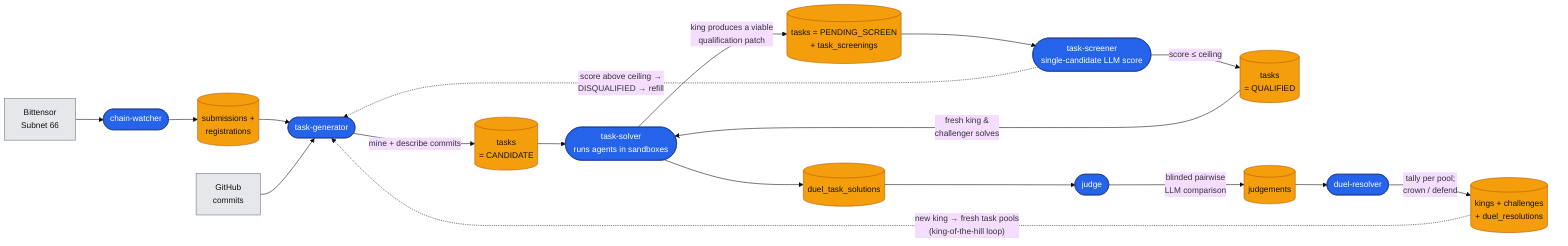
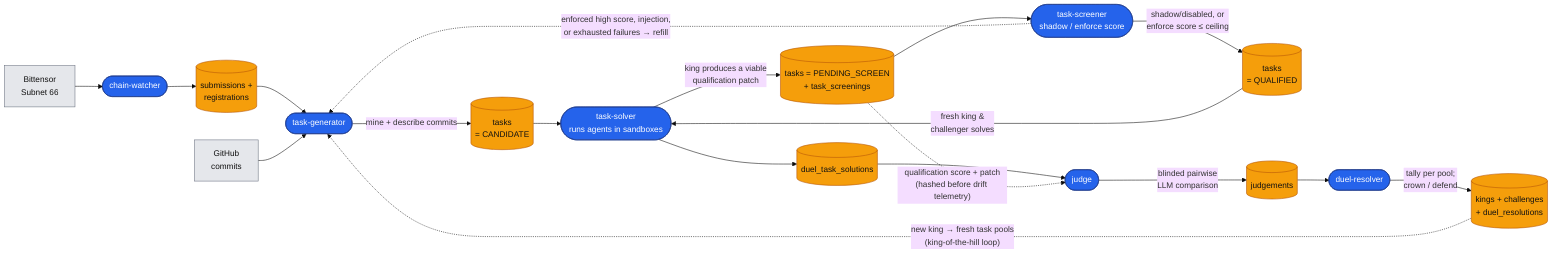
%%{init: {"theme": "base", "themeVariables": {"fontSize": "15px"}}}%%
flowchart LR
    chain["Bittensor<br/>Subnet 66"]
    gh["GitHub<br/>commits"]

    cw(["chain-watcher"])
    tg(["task-generator"])
    ts(["task-solver<br/>runs agents in sandboxes"])
-     sc(["task-screener<br/>single-candidate LLM score"])
+     sc(["task-screener<br/>shadow / enforce score"])
    jd(["judge"])
    dr(["duel-resolver"])

    subm[("submissions +<br/>registrations")]
    tasks[("tasks<br/>= CANDIDATE")]
    screening[("tasks = PENDING_SCREEN<br/>+ task_screenings")]
    qualified[("tasks<br/>= QUALIFIED")]
    solutions[("duel_task_solutions")]
    judg[("judgements")]
    reign[("kings + challenges<br/>+ duel_resolutions")]

    chain --> cw --> subm
    subm --> tg
    gh --> tg
    tg -->|"mine + describe commits"| tasks
    tasks --> ts
    ts -->|"king produces a viable<br/>qualification patch"| screening
    screening --> sc
-     sc -->|"score ≤ ceiling"| qualified
-     sc -.->|"score above ceiling →<br/>DISQUALIFIED → refill"| tg
+     sc -->|"shadow/disabled, or<br/>enforce score ≤ ceiling"| qualified
+     sc -.->|"enforced high score, injection,<br/>or exhausted failures → refill"| tg
    qualified -->|"fresh king &amp;<br/>challenger solves"| ts
    ts --> solutions
    solutions --> jd
+     screening -.->|"qualification score + patch<br/>(hashed before drift telemetry)"| jd
    jd -->|"blinded pairwise<br/>LLM comparison"| judg
    judg --> dr
    dr -->|"tally per pool;<br/>crown / defend"| reign
    reign -.->|"new king → fresh task pools<br/>(king-of-the-hill loop)"| tg

    classDef worker fill:#2563eb,stroke:#1e3a8a,color:#fff;
    classDef store fill:#f59e0b,stroke:#b45309,color:#111;
    classDef ext fill:#e5e7eb,stroke:#6b7280,color:#111;
    class cw,tg,ts,sc,jd,dr worker;
    class subm,tasks,screening,qualified,solutions,judg,reign store;
    class chain,gh ext;
